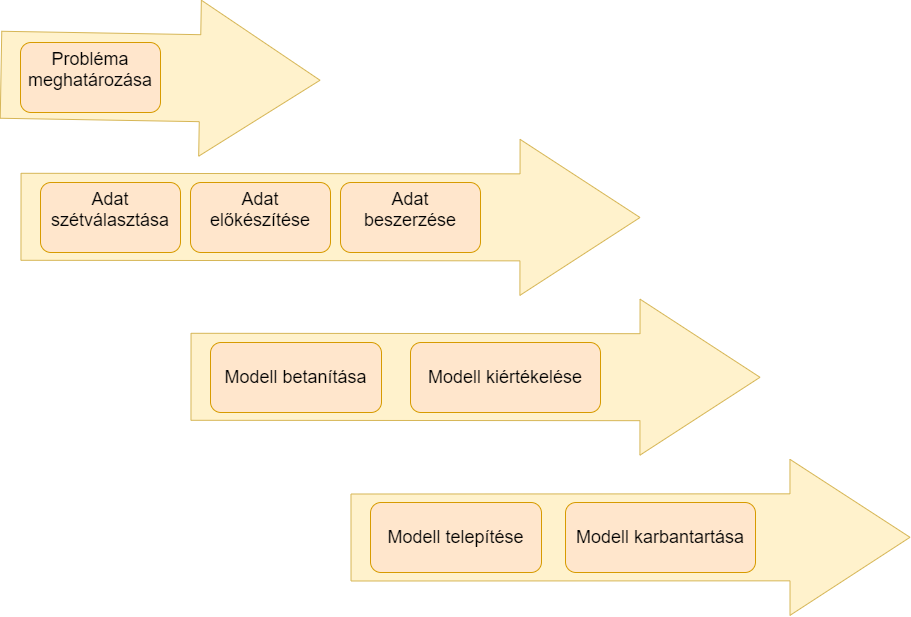
Above: Documents/images/machine_learning_pipeline.png in SzilvasiPeter/Diploma-project (draw.io), before the change. Source tidied: cells renumbered, new cells last; positions are measured from the earlier drawing's top-left corner, leaving out a move shared by most shapes. Source of this version:
```xml
<mxGraphModel>
  <root>
    <mxCell id="0" />
    <mxCell id="1" parent="0" />
    <mxCell id="2" style="shape=flexArrow;endArrow=classic;html=1;endWidth=68;endSize=39.67;width=87;fillColor=#fff2cc;strokeColor=#d6b656;" parent="1" edge="1">
      <mxGeometry relative="1" as="geometry">
        <mxPoint x="350" y="495" as="sourcePoint" />
        <mxPoint x="910" y="494.8" as="targetPoint" />
      </mxGeometry>
    </mxCell>
    <mxCell id="3" style="shape=flexArrow;endArrow=classic;html=1;endWidth=68;endSize=39.67;width=87;fillColor=#fff2cc;strokeColor=#d6b656;" parent="1" edge="1">
      <mxGeometry relative="1" as="geometry">
        <mxPoint x="190" y="334.3" as="sourcePoint" />
        <mxPoint x="760" y="334.8" as="targetPoint" />
      </mxGeometry>
    </mxCell>
    <mxCell id="4" style="shape=flexArrow;endArrow=classic;html=1;endWidth=68;endSize=39.67;width=87;fillColor=#fff2cc;strokeColor=#d6b656;" parent="1" edge="1">
      <mxGeometry relative="1" as="geometry">
        <mxPoint y="32.2" as="sourcePoint" />
        <mxPoint x="320" y="37.8" as="targetPoint" />
      </mxGeometry>
    </mxCell>
    <mxCell id="5" value="&lt;font style=&quot;font-size: 18px&quot;&gt;Probléma&lt;br&gt;meghatározása&lt;/font&gt;" style="rounded=1;whiteSpace=wrap;html=1;verticalAlign=top;fillColor=#ffe6cc;strokeColor=#d79b00;" parent="1" vertex="1">
      <mxGeometry x="20" width="140" height="70" as="geometry" />
    </mxCell>
    <mxCell id="6" style="shape=flexArrow;endArrow=classic;html=1;endWidth=68;endSize=39.67;width=87;fillColor=#fff2cc;strokeColor=#d6b656;" parent="1" edge="1">
      <mxGeometry relative="1" as="geometry">
        <mxPoint x="20" y="174.3" as="sourcePoint" />
        <mxPoint x="640" y="175" as="targetPoint" />
      </mxGeometry>
    </mxCell>
    <mxCell id="7" value="&lt;font style=&quot;font-size: 18px&quot;&gt;Adat&lt;br&gt;szétválasztása&lt;/font&gt;" style="rounded=1;whiteSpace=wrap;html=1;verticalAlign=top;fillColor=#ffe6cc;strokeColor=#d79b00;" parent="1" vertex="1">
      <mxGeometry x="40" y="140" width="140" height="70" as="geometry" />
    </mxCell>
    <mxCell id="8" value="&lt;font style=&quot;font-size: 18px&quot;&gt;Adat&lt;br&gt;előkészítése&lt;/font&gt;" style="rounded=1;whiteSpace=wrap;html=1;verticalAlign=top;fillColor=#ffe6cc;strokeColor=#d79b00;" parent="1" vertex="1">
      <mxGeometry x="190" y="140" width="140" height="70" as="geometry" />
    </mxCell>
    <mxCell id="9" value="&lt;font style=&quot;font-size: 18px&quot;&gt;Adat&lt;br&gt;beszerzése&lt;/font&gt;" style="rounded=1;whiteSpace=wrap;html=1;verticalAlign=top;fillColor=#ffe6cc;strokeColor=#d79b00;" parent="1" vertex="1">
      <mxGeometry x="340" y="140" width="140" height="70" as="geometry" />
    </mxCell>
    <mxCell id="10" value="&lt;span style=&quot;font-size: 18px&quot;&gt;Modell betanítása&lt;/span&gt;" style="rounded=1;whiteSpace=wrap;html=1;verticalAlign=middle;fillColor=#ffe6cc;strokeColor=#d79b00;" parent="1" vertex="1">
      <mxGeometry x="210" y="300" width="171" height="70" as="geometry" />
    </mxCell>
    <mxCell id="11" value="&lt;span style=&quot;font-size: 18px&quot;&gt;Modell kiértékelése&lt;/span&gt;" style="rounded=1;whiteSpace=wrap;html=1;verticalAlign=middle;fillColor=#ffe6cc;strokeColor=#d79b00;" parent="1" vertex="1">
      <mxGeometry x="410" y="300" width="190" height="70" as="geometry" />
    </mxCell>
    <mxCell id="12" value="&lt;span style=&quot;font-size: 18px&quot;&gt;Modell telepítése&lt;/span&gt;" style="rounded=1;whiteSpace=wrap;html=1;verticalAlign=middle;fillColor=#ffe6cc;strokeColor=#d79b00;" parent="1" vertex="1">
      <mxGeometry x="370" y="460" width="171" height="70" as="geometry" />
    </mxCell>
    <mxCell id="13" value="&lt;span style=&quot;font-size: 18px&quot;&gt;Modell karbantartása&lt;/span&gt;" style="rounded=1;whiteSpace=wrap;html=1;verticalAlign=middle;fillColor=#ffe6cc;strokeColor=#d79b00;" parent="1" vertex="1">
      <mxGeometry x="565" y="460" width="190" height="70" as="geometry" />
    </mxCell>
  </root>
</mxGraphModel>
```
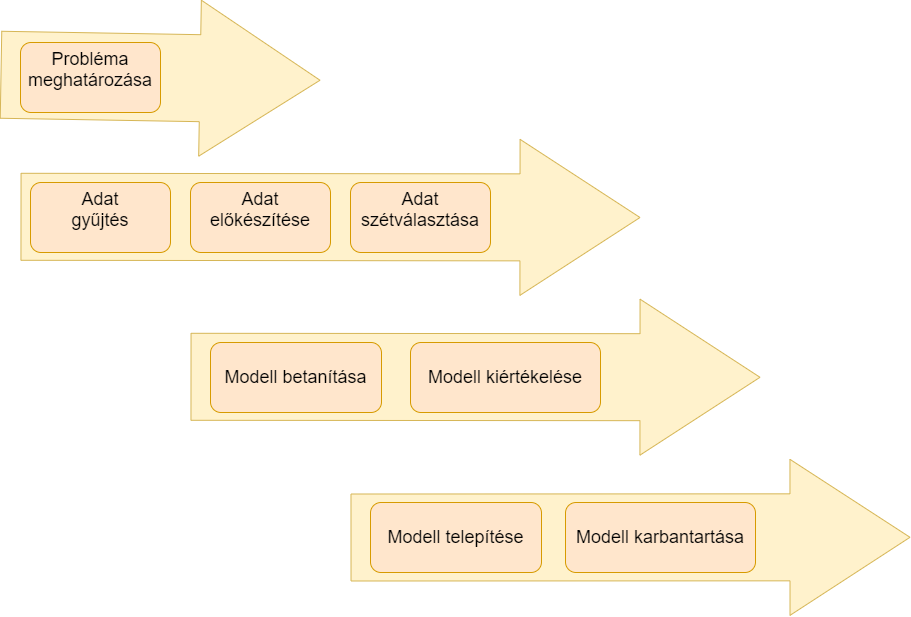
The same file after the commit.

Commit message:
Fix machine learning pipeline figure

The edit, as a diff of the source:
```diff
@@ -14,6 +14,9 @@
         <mxPoint x="760" y="334.8" as="targetPoint" />
       </mxGeometry>
     </mxCell>
+    <mxCell id="14" value="Text" style="edgeLabel;html=1;align=center;verticalAlign=middle;" parent="3" vertex="1">
+      <mxGeometry x="0.64" y="32" relative="1" as="geometry" />
+    </mxCell>
     <mxCell id="4" style="shape=flexArrow;endArrow=classic;html=1;endWidth=68;endSize=39.67;width=87;fillColor=#fff2cc;strokeColor=#d6b656;" parent="1" edge="1">
       <mxGeometry relative="1" as="geometry">
         <mxPoint y="32.2" as="sourcePoint" />
@@ -30,13 +33,13 @@
       </mxGeometry>
     </mxCell>
     <mxCell id="7" value="&lt;font style=&quot;font-size: 18px&quot;&gt;Adat&lt;br&gt;szétválasztása&lt;/font&gt;" style="rounded=1;whiteSpace=wrap;html=1;verticalAlign=top;fillColor=#ffe6cc;strokeColor=#d79b00;" parent="1" vertex="1">
-      <mxGeometry x="40" y="140" width="140" height="70" as="geometry" />
+      <mxGeometry x="350" y="140" width="140" height="70" as="geometry" />
     </mxCell>
     <mxCell id="8" value="&lt;font style=&quot;font-size: 18px&quot;&gt;Adat&lt;br&gt;előkészítése&lt;/font&gt;" style="rounded=1;whiteSpace=wrap;html=1;verticalAlign=top;fillColor=#ffe6cc;strokeColor=#d79b00;" parent="1" vertex="1">
       <mxGeometry x="190" y="140" width="140" height="70" as="geometry" />
     </mxCell>
-    <mxCell id="9" value="&lt;font style=&quot;font-size: 18px&quot;&gt;Adat&lt;br&gt;beszerzése&lt;/font&gt;" style="rounded=1;whiteSpace=wrap;html=1;verticalAlign=top;fillColor=#ffe6cc;strokeColor=#d79b00;" parent="1" vertex="1">
-      <mxGeometry x="340" y="140" width="140" height="70" as="geometry" />
+    <mxCell id="9" value="&lt;font style=&quot;font-size: 18px&quot;&gt;Adat&lt;br&gt;gyűjtés&lt;br&gt;&lt;/font&gt;" style="rounded=1;whiteSpace=wrap;html=1;verticalAlign=top;fillColor=#ffe6cc;strokeColor=#d79b00;" parent="1" vertex="1">
+      <mxGeometry x="30" y="140" width="140" height="70" as="geometry" />
     </mxCell>
     <mxCell id="10" value="&lt;span style=&quot;font-size: 18px&quot;&gt;Modell betanítása&lt;/span&gt;" style="rounded=1;whiteSpace=wrap;html=1;verticalAlign=middle;fillColor=#ffe6cc;strokeColor=#d79b00;" parent="1" vertex="1">
       <mxGeometry x="210" y="300" width="171" height="70" as="geometry" />
```
